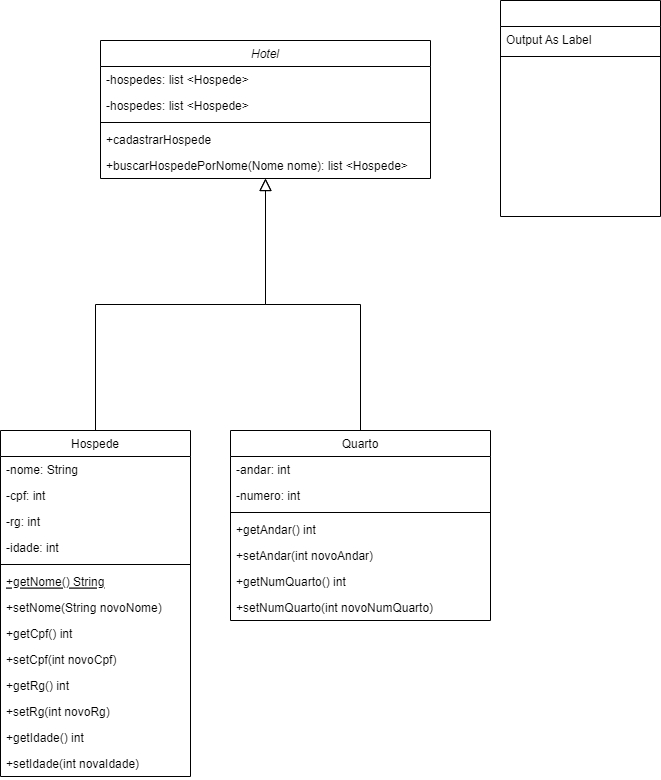
MurilowJr/bertoti keeps this draw.io diagram as Engenharia de Software/Diagrama de Classes UML.drawio.png. Above is the earlier version. Source tidied: cells renumbered, new cells last; positions are measured from the earlier drawing's top-left corner, leaving out a move shared by most shapes.
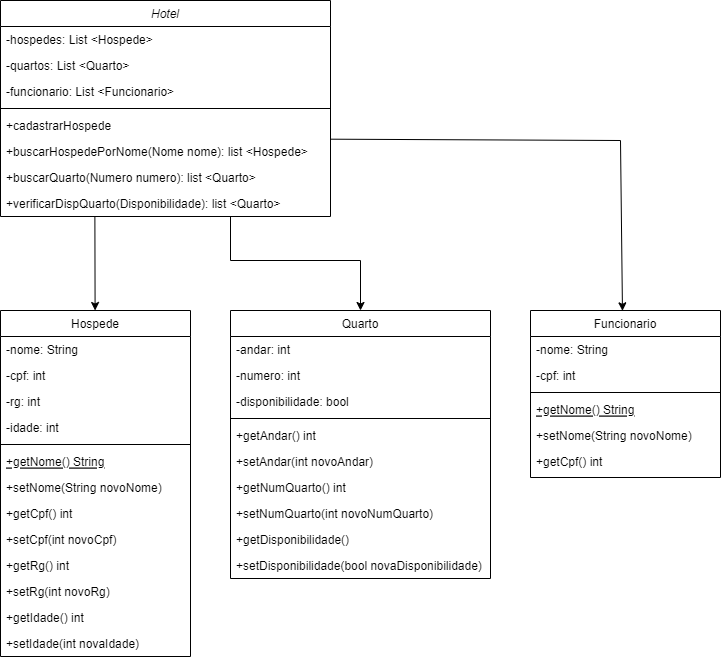
The same file after the commit.

Commit message:
Att diagrama de classes

The edit, as a diff of the source:
```diff
@@ -3,23 +3,38 @@
     <mxCell id="0" />
     <mxCell id="1" parent="0" />
     <mxCell id="2" value="Hotel" style="swimlane;fontStyle=2;align=center;verticalAlign=top;horizontal=1;startSize=26;rounded=0;shadow=0;strokeWidth=1;" parent="1" vertex="1">
-      <mxGeometry x="100" y="40" width="330" height="138" as="geometry" />
+      <mxGeometry y="120" width="330" height="216" as="geometry" />
     </mxCell>
-    <mxCell id="3" value="-hospedes: list &lt;Hospede&gt;" style="text;align=left;verticalAlign=top;spacingLeft=4;spacingRight=4;overflow=hidden;" parent="2" vertex="1">
+    <mxCell id="3" value="-hospedes: List &lt;Hospede&gt;" style="text;align=left;verticalAlign=top;spacingLeft=4;spacingRight=4;overflow=hidden;" parent="2" vertex="1">
       <mxGeometry y="26" width="330" height="26" as="geometry" />
     </mxCell>
-    <mxCell id="4" value="-hospedes: list &lt;Hospede&gt;" style="text;align=left;verticalAlign=top;spacingLeft=4;spacingRight=4;overflow=hidden;" parent="2" vertex="1">
+    <mxCell id="4" value="-quartos: List &lt;Quarto&gt;" style="text;align=left;verticalAlign=top;spacingLeft=4;spacingRight=4;overflow=hidden;" parent="2" vertex="1">
       <mxGeometry y="52" width="330" height="26" as="geometry" />
     </mxCell>
+    <mxCell id="35" value="-funcionario: List &lt;Funcionario&gt;" style="text;align=left;verticalAlign=top;spacingLeft=4;spacingRight=4;overflow=hidden;" parent="2" vertex="1">
+      <mxGeometry y="78" width="330" height="26" as="geometry" />
+    </mxCell>
     <mxCell id="5" style="line;html=1;strokeWidth=1;align=left;verticalAlign=middle;spacingTop=-1;spacingLeft=3;spacingRight=3;labelPosition=right;" parent="2" vertex="1">
-      <mxGeometry y="78" width="330" height="8" as="geometry" />
+      <mxGeometry y="104" width="330" height="8" as="geometry" />
     </mxCell>
     <mxCell id="6" value="+cadastrarHospede" style="text;align=left;verticalAlign=top;spacingLeft=4;spacingRight=4;overflow=hidden;points=[[0,0.5],[1,0.5]];portConstraint=eastwest;" parent="2" vertex="1">
-      <mxGeometry y="86" width="330" height="26" as="geometry" />
+      <mxGeometry y="112" width="330" height="26" as="geometry" />
     </mxCell>
     <mxCell id="7" value="+buscarHospedePorNome(Nome nome): list &lt;Hospede&gt; " style="text;align=left;verticalAlign=top;spacingLeft=4;spacingRight=4;overflow=hidden;" parent="2" vertex="1">
-      <mxGeometry y="112" width="330" height="26" as="geometry" />
+      <mxGeometry y="138" width="330" height="26" as="geometry" />
     </mxCell>
+    <mxCell id="36" value="+buscarQuarto(Numero numero): list &lt;Quarto&gt; " style="text;align=left;verticalAlign=top;spacingLeft=4;spacingRight=4;overflow=hidden;" parent="2" vertex="1">
+      <mxGeometry y="164" width="330" height="26" as="geometry" />
+    </mxCell>
+    <mxCell id="37" value="+verificarDispQuarto(Disponibilidade): list &lt;Quarto&gt; " style="text;align=left;verticalAlign=top;spacingLeft=4;spacingRight=4;overflow=hidden;points=[[0,0.5],[1,0.5]];portConstraint=eastwest;" parent="2" vertex="1">
+      <mxGeometry y="190" width="330" height="26" as="geometry" />
+    </mxCell>
+    <mxCell id="38" style="endArrow=none;html=1;rounded=0;" parent="2" edge="1">
+      <mxGeometry relative="1" as="geometry">
+        <mxPoint x="230" y="260" as="sourcePoint" />
+        <mxPoint x="230" y="216" as="targetPoint" />
+      </mxGeometry>
+    </mxCell>
     <mxCell id="8" value="Hospede" style="swimlane;fontStyle=0;align=center;verticalAlign=top;horizontal=1;startSize=26;rounded=0;shadow=0;strokeWidth=1;" parent="1" vertex="1">
       <mxGeometry y="430" width="190" height="346" as="geometry" />
     </mxCell>
@@ -62,11 +77,8 @@
     <mxCell id="21" value="+setIdade(int novaIdade)" style="text;align=left;verticalAlign=top;spacingLeft=4;spacingRight=4;overflow=hidden;" parent="8" vertex="1">
       <mxGeometry y="320" width="190" height="26" as="geometry" />
     </mxCell>
-    <mxCell id="22" style="endArrow=block;endSize=10;endFill=0;shadow=0;strokeWidth=1;rounded=0;edgeStyle=elbowEdgeStyle;elbow=vertical;" parent="1" edge="1" source="8" target="2">
-      <mxGeometry relative="1" as="geometry" />
-    </mxCell>
     <mxCell id="23" value="Quarto" style="swimlane;fontStyle=0;align=center;verticalAlign=top;horizontal=1;startSize=26;rounded=0;shadow=0;strokeWidth=1;" parent="1" vertex="1">
-      <mxGeometry x="230" y="430" width="260" height="190" as="geometry" />
+      <mxGeometry x="230" y="430" width="260" height="268" as="geometry" />
     </mxCell>
     <mxCell id="24" value="-andar: int" style="text;align=left;verticalAlign=top;spacingLeft=4;spacingRight=4;overflow=hidden;" parent="23" vertex="1">
       <mxGeometry y="26" width="260" height="26" as="geometry" />
@@ -74,32 +86,74 @@
     <mxCell id="25" value="-numero: int" style="text;align=left;verticalAlign=top;spacingLeft=4;spacingRight=4;overflow=hidden;" parent="23" vertex="1">
       <mxGeometry y="52" width="260" height="26" as="geometry" />
     </mxCell>
+    <mxCell id="39" value="-disponibilidade: bool" style="text;align=left;verticalAlign=top;spacingLeft=4;spacingRight=4;overflow=hidden;" parent="23" vertex="1">
+      <mxGeometry y="78" width="260" height="26" as="geometry" />
+    </mxCell>
     <mxCell id="26" style="line;html=1;strokeWidth=1;align=left;verticalAlign=middle;spacingTop=-1;spacingLeft=3;spacingRight=3;labelPosition=right;" parent="23" vertex="1">
-      <mxGeometry y="78" width="260" height="8" as="geometry" />
+      <mxGeometry y="104" width="260" height="8" as="geometry" />
     </mxCell>
     <mxCell id="27" value="+getAndar() int" style="text;align=left;verticalAlign=top;spacingLeft=4;spacingRight=4;overflow=hidden;" parent="23" vertex="1">
-      <mxGeometry y="86" width="260" height="26" as="geometry" />
+      <mxGeometry y="112" width="260" height="26" as="geometry" />
     </mxCell>
     <mxCell id="28" value="+setAndar(int novoAndar)" style="text;align=left;verticalAlign=top;spacingLeft=4;spacingRight=4;overflow=hidden;" parent="23" vertex="1">
-      <mxGeometry y="112" width="260" height="26" as="geometry" />
+      <mxGeometry y="138" width="260" height="26" as="geometry" />
     </mxCell>
     <mxCell id="29" value="+getNumQuarto() int" style="text;align=left;verticalAlign=top;spacingLeft=4;spacingRight=4;overflow=hidden;" parent="23" vertex="1">
-      <mxGeometry y="138" width="260" height="26" as="geometry" />
+      <mxGeometry y="164" width="260" height="26" as="geometry" />
     </mxCell>
     <mxCell id="30" value="+setNumQuarto(int novoNumQuarto) " style="text;align=left;verticalAlign=top;spacingLeft=4;spacingRight=4;overflow=hidden;" parent="23" vertex="1">
-      <mxGeometry y="164" width="260" height="26" as="geometry" />
+      <mxGeometry y="190" width="260" height="26" as="geometry" />
     </mxCell>
-    <mxCell id="31" style="endArrow=block;endSize=10;endFill=0;shadow=0;strokeWidth=1;rounded=0;edgeStyle=elbowEdgeStyle;elbow=vertical;" parent="1" edge="1" source="23" target="2">
-      <mxGeometry relative="1" as="geometry" />
-    </mxCell>
-    <mxCell id="32" style="swimlane;fontStyle=0;align=center;verticalAlign=top;horizontal=1;startSize=26;rounded=0;shadow=0;strokeWidth=1;" parent="1" vertex="1">
-      <mxGeometry x="500" width="160" height="216" as="geometry" />
-    </mxCell>
-    <mxCell id="33" value="Output As Label" style="text;align=left;verticalAlign=top;spacingLeft=4;spacingRight=4;overflow=hidden;" parent="32" vertex="1">
-      <mxGeometry y="26" width="160" height="26" as="geometry" />
-    </mxCell>
-    <mxCell id="34" style="line;html=1;strokeWidth=1;align=left;verticalAlign=middle;spacingTop=-1;spacingLeft=3;spacingRight=3;labelPosition=right;" parent="32" vertex="1">
-      <mxGeometry y="52" width="160" height="8" as="geometry" />
-    </mxCell>
+    <mxCell id="40" value="+getDisponibilidade() " style="text;align=left;verticalAlign=top;spacingLeft=4;spacingRight=4;overflow=hidden;" parent="23" vertex="1">
+      <mxGeometry y="216" width="260" height="26" as="geometry" />
+    </mxCell>
+    <mxCell id="41" value="+setDisponibilidade(bool novaDisponibilidade) " style="text;align=left;verticalAlign=top;spacingLeft=4;spacingRight=4;overflow=hidden;" parent="23" vertex="1">
+      <mxGeometry y="242" width="260" height="26" as="geometry" />
+    </mxCell>
+    <mxCell id="42" value="Funcionario" style="swimlane;fontStyle=0;align=center;verticalAlign=top;horizontal=1;startSize=26;rounded=0;shadow=0;strokeWidth=1;" parent="1" vertex="1">
+      <mxGeometry x="530" y="430" width="190" height="167" as="geometry" />
+    </mxCell>
+    <mxCell id="43" value="-nome: String" style="text;align=left;verticalAlign=top;spacingLeft=4;spacingRight=4;overflow=hidden;" parent="42" vertex="1">
+      <mxGeometry y="26" width="190" height="26" as="geometry" />
+    </mxCell>
+    <mxCell id="44" value="-cpf: int" style="text;align=left;verticalAlign=top;spacingLeft=4;spacingRight=4;overflow=hidden;" parent="42" vertex="1">
+      <mxGeometry y="52" width="190" height="26" as="geometry" />
+    </mxCell>
+    <mxCell id="45" style="line;html=1;strokeWidth=1;align=left;verticalAlign=middle;spacingTop=-1;spacingLeft=3;spacingRight=3;labelPosition=right;" parent="42" vertex="1">
+      <mxGeometry y="78" width="190" height="8" as="geometry" />
+    </mxCell>
+    <mxCell id="46" value="+getNome() String" style="text;align=left;verticalAlign=top;spacingLeft=4;spacingRight=4;overflow=hidden;fontStyle=4;" parent="42" vertex="1">
+      <mxGeometry y="86" width="190" height="26" as="geometry" />
+    </mxCell>
+    <mxCell id="47" value="+setNome(String novoNome)" style="text;align=left;verticalAlign=top;spacingLeft=4;spacingRight=4;overflow=hidden;" parent="42" vertex="1">
+      <mxGeometry y="112" width="190" height="26" as="geometry" />
+    </mxCell>
+    <mxCell id="48" value="+getCpf() int" style="text;align=left;verticalAlign=top;spacingLeft=4;spacingRight=4;overflow=hidden;" parent="42" vertex="1">
+      <mxGeometry y="138" width="190" height="26" as="geometry" />
+    </mxCell>
+    <mxCell id="49" style="endArrow=classic;html=1;rounded=0;exitX=0.286;exitY=0.987;exitDx=0;exitDy=0;exitPerimeter=0;" parent="1" edge="1" source="37" target="8">
+      <mxGeometry relative="1" as="geometry" />
+    </mxCell>
+    <mxCell id="50" style="endArrow=classic;html=1;rounded=0;entryX=0.5;entryY=0;entryDx=0;entryDy=0;" parent="1" edge="1" target="23">
+      <mxGeometry relative="1" as="geometry">
+        <mxPoint x="360" y="380" as="sourcePoint" />
+      </mxGeometry>
+    </mxCell>
+    <mxCell id="51" style="endArrow=none;html=1;rounded=0;" parent="1" edge="1">
+      <mxGeometry relative="1" as="geometry">
+        <mxPoint x="230" y="380" as="sourcePoint" />
+        <mxPoint x="360" y="380" as="targetPoint" />
+      </mxGeometry>
+    </mxCell>
+    <mxCell id="52" style="endArrow=classic;html=1;rounded=0;entryX=0.484;entryY=0.002;entryDx=0;entryDy=0;entryPerimeter=0;" parent="1" edge="1" target="42">
+      <mxGeometry relative="1" as="geometry">
+        <mxPoint x="620" y="260" as="sourcePoint" />
+      </mxGeometry>
+    </mxCell>
+    <mxCell id="53" style="endArrow=none;html=1;rounded=0;exitX=0.999;exitY=1.026;exitDx=0;exitDy=0;exitPerimeter=0;" parent="1" edge="1" source="6">
+      <mxGeometry relative="1" as="geometry">
+        <mxPoint x="620" y="260" as="targetPoint" />
+      </mxGeometry>
+    </mxCell>
   </root>
 </mxGraphModel>
```
